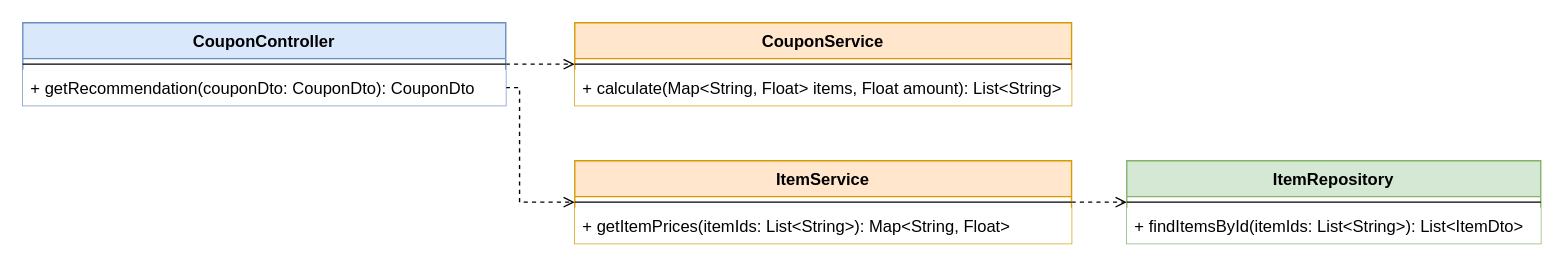
The draw.io diagram page "Clases" (2 of 2) of doc/diagrama-uml.drawio in jcmc1998/coupon, before the edit. Source tidied: cells renumbered, new cells numbered last; positions are measured from the earlier drawing's top-left corner, leaving out a move shared by most shapes. Both pictures are drawn from the tidied source at 138%, with x=0, y=0 at pixel (22, 22).
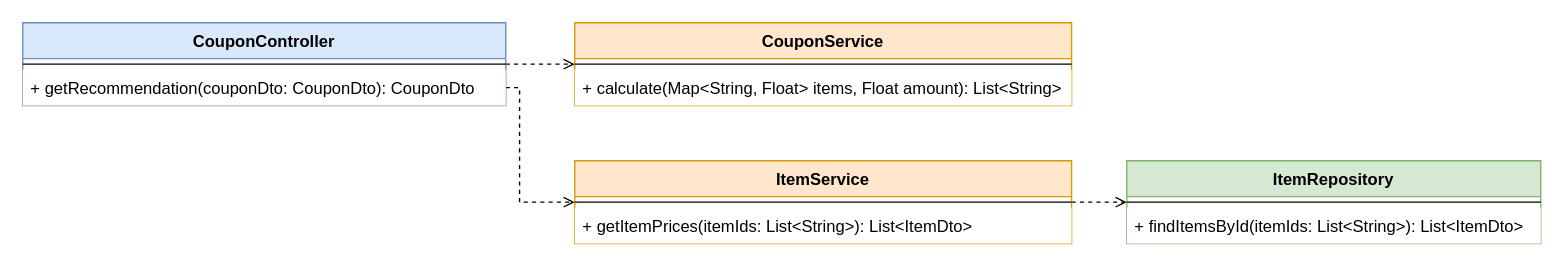
After the change.

Diff of the diagram source:
```diff
@@
 <mxGraphModel>
   <root>
     <mxCell id="0" />
     <mxCell id="1" parent="0" />
     <mxCell id="2" style="edgeStyle=orthogonalEdgeStyle;rounded=0;jettySize=auto;html=1;dashed=1;endArrow=open;endFill=0;" parent="1" edge="1" source="14" target="8">
       <mxGeometry relative="1" as="geometry" />
     </mxCell>
     <mxCell id="3" style="edgeStyle=orthogonalEdgeStyle;rounded=0;jettySize=auto;html=1;dashed=1;endArrow=open;endFill=0;" parent="1" edge="1" source="11" target="5">
       <mxGeometry relative="1" as="geometry" />
     </mxCell>
     <mxCell id="4" style="edgeStyle=orthogonalEdgeStyle;rounded=0;jettySize=auto;html=1;dashed=1;endArrow=open;endFill=0;exitX=1;exitY=0.5;exitDx=0;exitDy=0;entryX=0;entryY=0.5;entryDx=0;entryDy=0;" parent="1" edge="1" source="16" target="11">
       <mxGeometry relative="1" as="geometry">
         <Array as="points">
           <mxPoint x="360" y="47" />
           <mxPoint x="360" y="130" />
         </Array>
       </mxGeometry>
     </mxCell>
     <mxCell id="5" value="ItemRepository" style="swimlane;fontStyle=1;align=center;verticalAlign=top;horizontal=1;startSize=26;fillColor=#d5e8d4;strokeColor=#82b366;" parent="1" vertex="1">
       <mxGeometry x="800" y="100" width="300" height="60" as="geometry" />
     </mxCell>
     <mxCell id="6" style="line;strokeWidth=1;fillColor=#ffffff;align=left;verticalAlign=middle;spacingTop=-1;spacingLeft=3;spacingRight=3;labelPosition=right;" parent="5" vertex="1">
       <mxGeometry y="26" width="300" height="8" as="geometry" />
     </mxCell>
     <mxCell id="7" value="+ findItemsById(itemIds: List&lt;String&gt;): List&lt;ItemDto&gt;" style="text;strokeColor=none;fillColor=#ffffff;align=left;verticalAlign=top;spacingLeft=4;spacingRight=4;overflow=hidden;" parent="5" vertex="1">
       <mxGeometry y="34" width="300" height="26" as="geometry" />
     </mxCell>
     <mxCell id="8" value="CouponService" style="swimlane;fontStyle=1;align=center;verticalAlign=top;horizontal=1;startSize=26;fillColor=#ffe6cc;strokeColor=#d79b00;" parent="1" vertex="1">
       <mxGeometry x="400" width="360" height="60" as="geometry" />
     </mxCell>
     <mxCell id="9" style="line;strokeWidth=1;fillColor=#ffffff;align=left;verticalAlign=middle;spacingTop=-1;spacingLeft=3;spacingRight=3;labelPosition=right;" parent="8" vertex="1">
       <mxGeometry y="26" width="360" height="8" as="geometry" />
     </mxCell>
     <mxCell id="10" value="+ calculate(Map&lt;String, Float&gt; items, Float amount): List&lt;String&gt;" style="text;strokeColor=none;fillColor=#ffffff;align=left;verticalAlign=top;spacingLeft=4;spacingRight=4;overflow=hidden;" parent="8" vertex="1">
       <mxGeometry y="34" width="360" height="26" as="geometry" />
     </mxCell>
     <mxCell id="11" value="ItemService" style="swimlane;fontStyle=1;align=center;verticalAlign=top;horizontal=1;startSize=26;fillColor=#ffe6cc;strokeColor=#d79b00;" parent="1" vertex="1">
       <mxGeometry x="400" y="100" width="360" height="60" as="geometry" />
     </mxCell>
     <mxCell id="12" style="line;strokeWidth=1;fillColor=#ffffff;align=left;verticalAlign=middle;spacingTop=-1;spacingLeft=3;spacingRight=3;labelPosition=right;" parent="11" vertex="1">
       <mxGeometry y="26" width="360" height="8" as="geometry" />
     </mxCell>
-    <mxCell id="13" value="+ getItemPrices(itemIds: List&lt;String&gt;): Map&lt;String, Float&gt;" style="text;strokeColor=none;fillColor=#ffffff;align=left;verticalAlign=top;spacingLeft=4;spacingRight=4;overflow=hidden;" parent="11" vertex="1">
+    <mxCell id="13" value="+ getItemPrices(itemIds: List&lt;String&gt;): List&lt;ItemDto&gt;" style="text;strokeColor=none;fillColor=#ffffff;align=left;verticalAlign=top;spacingLeft=4;spacingRight=4;overflow=hidden;" parent="11" vertex="1">
       <mxGeometry y="34" width="360" height="26" as="geometry" />
     </mxCell>
     <mxCell id="14" value="CouponController" style="swimlane;fontStyle=1;align=center;verticalAlign=top;horizontal=1;startSize=26;fillColor=#dae8fc;strokeColor=#6c8ebf;" parent="1" vertex="1">
       <mxGeometry width="350" height="60" as="geometry" />
     </mxCell>
     <mxCell id="15" style="line;strokeWidth=1;fillColor=#ffffff;align=left;verticalAlign=middle;spacingTop=-1;spacingLeft=3;spacingRight=3;labelPosition=right;" parent="14" vertex="1">
       <mxGeometry y="26" width="350" height="8" as="geometry" />
     </mxCell>
     <mxCell id="16" value="+ getRecommendation(couponDto: CouponDto): CouponDto" style="text;strokeColor=none;fillColor=#ffffff;align=left;verticalAlign=top;spacingLeft=4;spacingRight=4;overflow=hidden;points=[[0,0.5],[1,0.5]];portConstraint=eastwest;" parent="14" vertex="1">
       <mxGeometry y="34" width="350" height="26" as="geometry" />
     </mxCell>
   </root>
 </mxGraphModel>
```
